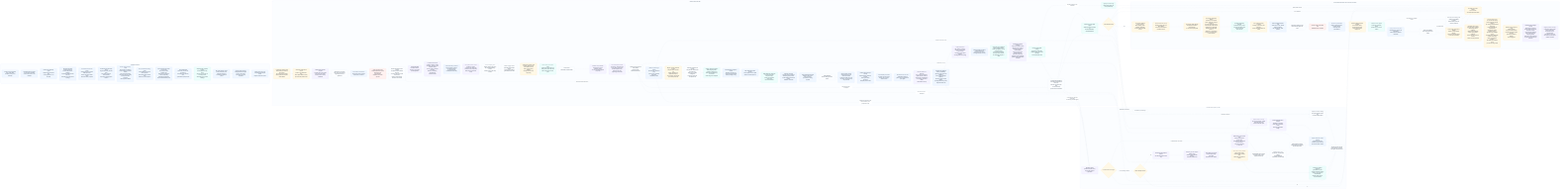
The Mermaid diagram odylith/atlas/source/domain-intelligence-greenfield-governance.png in odylith/odylith, before a commit. Its source is kept beside it as odylith/atlas/source/domain-intelligence-greenfield-governance.mmd.
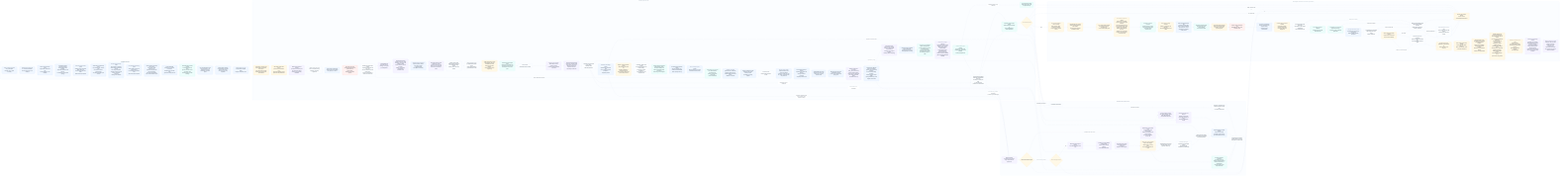
The same diagram one commit later.

What changed in the source:
```diff
@@ -95,15 +95,22 @@
       acceptance_identity["Pre-confirm acceptance identity<br/>coherent prior accepted-project, brief, and Compass evidence;<br/>reuse its timestamp only for exact semantics after narrow<br/>target/current-stage path rebasing; otherwise keep fresh on<br/>malformed or inconsistent evidence, untrusted paths, or command drift"]
       compiled_memory_previews["Compiled acceptance previews<br/>accepted project, project brief, and Compass event<br/>consumed without reconstruction"]
       report_envelope["Pre-confirm reporting envelope<br/>backlog, components, and diagrams<br/>are list-shaped sealed result fields"]
-      transaction_seal["ProductCreateTransaction seal<br/>exact bytes, modes, file and directory deletes,<br/>repo fingerprints, result preview"]
+      transaction_seal["ProductCreateTransaction seal<br/>complete managed after-image, modes and deletes,<br/>repo fingerprints, active-generation precondition,<br/>result preview"]
       snapshot_manifest["Durable rollback snapshot manifest<br/>exact affected paths, present/missing state,<br/>modes and SHA-256 fingerprints"]
-      compiler_receipt["Detached compiler receipt<br/>transaction file digest and hash"]
-      transaction_ready["Creation-ready confirmation view<br/>CONFIRM, EDIT, or REJECT"]
+      compiler_receipt["Detached compiler receipt<br/>transaction file digest, runtime identity,<br/>and transaction hash"]
+      pending_package["Immutable pending package<br/>pending / transaction hash;<br/>transaction and receipt appear together"]
+      transaction_ready["Creation-ready confirmation view<br/>CONFIRM hash, EDIT hash, or REJECT hash"]
       commit_verify["Commit-only verification<br/>receipt, transaction hash, compiler identity,<br/>unchanged repo preconditions"]
-      writes["Sealed write set applied<br/>no parsing, generation, repair,<br/>quality work, or surface refresh"]
+      immutable_generation["Transaction-addressed generation<br/>full repository after-image materialized<br/>from sealed bytes only"]
+      generation_readback["Immutable generation readback<br/>manifest, write-set hash,<br/>tree fingerprints"]
+      writes["Compatibility tree projection<br/>sealed write set only;<br/>no parsing, repair, or artifact generation"]
       atomic_cleanup["Interrupt-safe atomic writes<br/>BaseException removes the temp sibling<br/>before rollback evaluates final paths"]
-      readback["Exact tree readback<br/>after fingerprints must match"]
+      readback["Compatibility tree readback<br/>after fingerprints must match<br/>before publication"]
+      active_pointer["Active-generation pointer switch<br/>compare-and-switch from<br/>the pre-confirm identity"]
+      published_verify["Published generation verification<br/>pointer, manifest, immutable tree,<br/>and compatibility readback agree"]
+      journal_close["Durable journal close<br/>published receipt retained for<br/>same-hash retry and recovery"]
       rollback["Affected-path rollback guard<br/>SIGINT and SIGTERM included;<br/>failed rollback preserves recovery snapshot"]
+      recovery_required["Post-publication recovery state<br/>never roll back an observed pointer;<br/>preserve generation and journal"]
       blockers["No-write pre-confirm blocker<br/>or post-confirm environment/invariant failure"]
       post_confirm_handoff["Post-confirm governance handoff<br/>Project route plus Radar, Registry,<br/>Atlas, and Compass routes;<br/>no second confirmation"]
       matrix_scorer["Hardened matrix scorer<br/>grounded anchor preflight,<br/>persisted governed readback,<br/>public artifact readback,<br/>Project shell payload readback,<br/>browser proof as premium blocker,<br/>runtime custody excluded"]
@@ -118,7 +125,7 @@
     shared_event_resolver -. "same resolved human event" .-> state_boundary_titles
     draft_set --> source_casing_custody --> control_plane_homonyms --> artifact_units --> mermaid_source_units --> visible_actor_projection --> validators --> expert_lenses --> persisted_readback --> governed_readback --> evidence_readback --> typed_findings --> source_addresses --> projection_targets --> final_manifest
     typed_findings -- "untyped or legacy-only evidence" --> legacy_blockers --> blockers
-    final_manifest -- "pass" --> surface_custody --> portable_catalog_links --> transaction_quality --> acceptance_identity --> compiled_memory_previews --> report_envelope --> transaction_seal --> compiler_receipt --> transaction_ready --> commit_verify --> snapshot_manifest --> writes --> atomic_cleanup --> readback --> post_confirm_handoff --> matrix_scorer --> release_matrix --> natural_rescue_proof --> selected_case_leakage --> registry_forensics_custody
+    final_manifest -- "pass" --> surface_custody --> portable_catalog_links --> transaction_quality --> acceptance_identity --> compiled_memory_previews --> report_envelope --> transaction_seal --> compiler_receipt --> pending_package --> transaction_ready --> commit_verify --> snapshot_manifest --> immutable_generation --> generation_readback --> writes --> atomic_cleanup --> readback --> active_pointer --> published_verify --> journal_close --> post_confirm_handoff --> matrix_scorer --> release_matrix --> natural_rescue_proof --> selected_case_leakage --> registry_forensics_custody
     final_manifest -- "quality debt remains" --> blockers
     final_manifest -- "rendered scope drift" --> projection_rerender --> rerender
     final_manifest -- "repairable typed failure" --> repairable --> projection_targets --> source_addresses --> patchset --> executable_target
@@ -142,8 +149,12 @@
     rerender --> validators
     rescue_budget -- "no" --> blockers
     final_manifest -- "non-repairable" --> blockers
-    writes -- "environment or invariant failure" --> rollback --> blockers
-    readback -- "fingerprint drift" --> rollback
+    immutable_generation -- "before pointer failure" --> rollback --> blockers
+    writes -- "before pointer failure" --> rollback
+    readback -- "before pointer drift" --> rollback
+    active_pointer -- "not visible" --> rollback
+    active_pointer -- "visible, journal interrupted" --> published_verify
+    published_verify -- "drift after publication" --> recovery_required --> blockers
     rollback --> blockers
 
     classDef intent fill:#EFF6FF,stroke:#BFD7FE,color:#132033,stroke-width:1.2px;
@@ -153,7 +164,7 @@
     class visible_intent,confirmable_stdout,source_guard,operating_envelope,intent_section_parser,prose_boundary_guard,prompt_recovery,editorial_framing_guard,source_claim_custody,confirmed_ir,non_goal_owner,sparse_systems,public_system_copy intent;
     class apply_input,intent_visible_result,compiler,semantic_ir,evaluation_semantics,actor_role_owner,artifact_actor_filter,actor_path_role,shared_event_resolver,external_boundary,sequence_owner,subject_carry_guard,result_language,visible_result_priority,prose_shape_guard,artifact_plan,release_scope,canonical_facts,projection_contract,semantic_patch_targets,registry_contract_custody,semantic_result_custody,projections,confirmed_diagram_projection,atlas_label_custody,state_boundary_titles,next_steps,project_dashboard,draft_set,source_casing_custody,control_plane_homonyms,artifact_units,mermaid_source_units,visible_actor_projection,validators,expert_lenses,persisted_readback,governed_readback,evidence_readback,typed_findings,source_addresses,projection_targets,legacy_blockers,final_manifest standard;
     class repairable,patchset,executable_target,deterministic_source_patch,rescue_budget,tribunal_planner,provider_adapter,strict_schema,custody_check,repair_manifest,semantic_apply,plan_apply,semantic_mirror_sync,scope_ledger,dashboard_rerender,projection_rerender,package_inspection,rerender rescue;
-    class surface_custody,portable_catalog_links,transaction_quality,acceptance_identity,compiled_memory_previews,report_envelope,transaction_seal,compiler_receipt,transaction_ready,commit_verify,snapshot_manifest,writes,atomic_cleanup,readback,rollback,blockers,post_confirm_handoff,matrix_scorer,release_matrix,natural_rescue_proof,selected_case_leakage,registry_forensics_custody write;
+    class surface_custody,portable_catalog_links,transaction_quality,acceptance_identity,compiled_memory_previews,report_envelope,transaction_seal,compiler_receipt,pending_package,transaction_ready,commit_verify,snapshot_manifest,immutable_generation,generation_readback,writes,atomic_cleanup,readback,active_pointer,published_verify,journal_close,rollback,recovery_required,blockers,post_confirm_handoff,matrix_scorer,release_matrix,natural_rescue_proof,selected_case_leakage,registry_forensics_custody write;
 
     style accepted_lane fill:#FBFDFF,stroke:#BFD7FE,stroke-width:1px,color:#293D52
     style standard_lane fill:#FBFDFF,stroke:#CBD5E1,stroke-width:1px,color:#293D52
```
